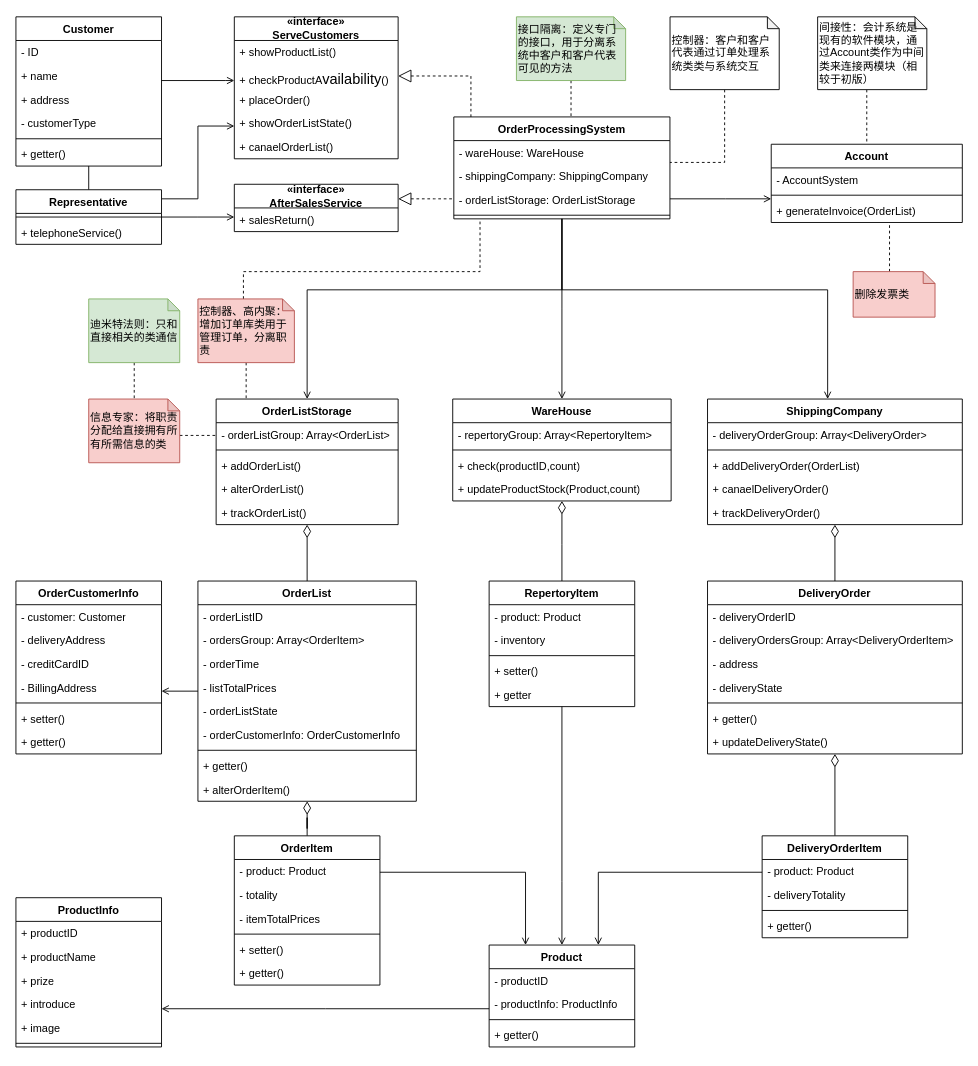
Above: orders_Class_improved_plus.drawio in yayaer123/drawio_demo (draw.io), before the change. Source tidied: cells renumbered, new cells numbered last; positions are measured from the earlier drawing's top-left corner, leaving out a move shared by most shapes. Both pictures are drawn from the tidied source at 91%, with x=0, y=0 at pixel (15, 16).
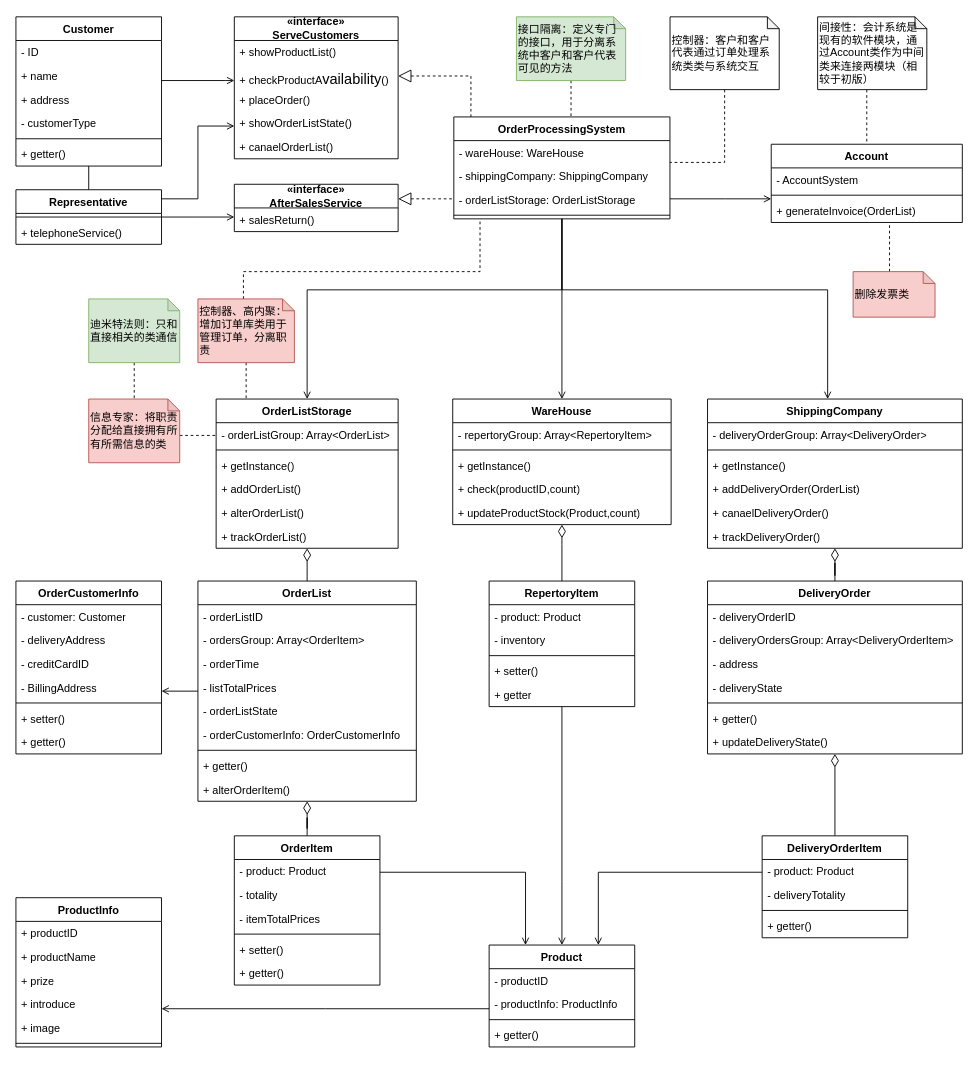
The same page after the edit.

What changed in the source:
```diff
@@
     <mxCell id="58" value="WareHouse" style="swimlane;fontStyle=1;align=center;verticalAlign=top;horizontal=1;startSize=26;whiteSpace=wrap;html=1;" parent="1" vertex="1">
-      <mxGeometry x="480" y="420" width="240" height="112" as="geometry" />
+      <mxGeometry x="480" y="420" width="240" height="138" as="geometry" />
     </mxCell>
@@
+    <mxCell id="137" value="+ getInstance()" style="text;strokeColor=none;fillColor=none;align=left;verticalAlign=top;spacingLeft=4;spacingRight=4;overflow=hidden;whiteSpace=wrap;html=1;" parent="58" vertex="1">
+      <mxGeometry y="60" width="240" height="26" as="geometry" />
+    </mxCell>
     <mxCell id="61" value="+ check(productID,count)" style="text;strokeColor=none;fillColor=none;align=left;verticalAlign=top;spacingLeft=4;spacingRight=4;overflow=hidden;whiteSpace=wrap;html=1;" parent="58" vertex="1">
-      <mxGeometry y="60" width="240" height="26" as="geometry" />
+      <mxGeometry y="86" width="240" height="26" as="geometry" />
     </mxCell>
     <mxCell id="62" value="+ updateProductStock(Product,count)" style="text;strokeColor=none;fillColor=none;align=left;verticalAlign=top;spacingLeft=4;spacingRight=4;overflow=hidden;whiteSpace=wrap;html=1;" parent="58" vertex="1">
-      <mxGeometry y="86" width="240" height="26" as="geometry" />
+      <mxGeometry y="112" width="240" height="26" as="geometry" />
     </mxCell>
@@
     <mxCell id="86" value="ShippingCompany" style="swimlane;fontStyle=1;align=center;verticalAlign=top;horizontal=1;startSize=26;whiteSpace=wrap;html=1;" parent="1" vertex="1">
-      <mxGeometry x="760" y="420" width="280" height="138" as="geometry" />
+      <mxGeometry x="760" y="420" width="280" height="164" as="geometry" />
     </mxCell>
@@
+    <mxCell id="138" value="+ getInstance()" style="text;strokeColor=none;fillColor=none;align=left;verticalAlign=top;spacingLeft=4;spacingRight=4;overflow=hidden;whiteSpace=wrap;html=1;" parent="86" vertex="1">
+      <mxGeometry y="60" width="280" height="26" as="geometry" />
+    </mxCell>
     <mxCell id="89" value="+ addDeliveryOrder(OrderList)" style="text;strokeColor=none;fillColor=none;align=left;verticalAlign=top;spacingLeft=4;spacingRight=4;overflow=hidden;whiteSpace=wrap;html=1;" parent="86" vertex="1">
-      <mxGeometry y="60" width="280" height="26" as="geometry" />
+      <mxGeometry y="86" width="280" height="26" as="geometry" />
     </mxCell>
     <mxCell id="90" value="+ canaelDeliveryOrder()" style="text;strokeColor=none;fillColor=none;align=left;verticalAlign=top;spacingLeft=4;spacingRight=4;overflow=hidden;whiteSpace=wrap;html=1;" parent="86" vertex="1">
-      <mxGeometry y="86" width="280" height="26" as="geometry" />
+      <mxGeometry y="112" width="280" height="26" as="geometry" />
     </mxCell>
     <mxCell id="91" value="+ trackDeliveryOrder()" style="text;strokeColor=none;fillColor=none;align=left;verticalAlign=top;spacingLeft=4;spacingRight=4;overflow=hidden;whiteSpace=wrap;html=1;" parent="86" vertex="1">
-      <mxGeometry y="112" width="280" height="26" as="geometry" />
+      <mxGeometry y="138" width="280" height="26" as="geometry" />
     </mxCell>
@@
     <mxCell id="110" value="OrderListStorage" style="swimlane;fontStyle=1;align=center;verticalAlign=top;horizontal=1;startSize=26;whiteSpace=wrap;html=1;" parent="1" vertex="1">
-      <mxGeometry x="220" y="420" width="200" height="138" as="geometry" />
+      <mxGeometry x="220" y="420" width="200" height="164" as="geometry" />
     </mxCell>
@@
+    <mxCell id="139" value="+ getInstance()" style="text;strokeColor=none;fillColor=none;align=left;verticalAlign=top;spacingLeft=4;spacingRight=4;overflow=hidden;whiteSpace=wrap;html=1;" parent="110" vertex="1">
+      <mxGeometry y="60" width="200" height="26" as="geometry" />
+    </mxCell>
     <mxCell id="113" value="+ addOrderList()" style="text;strokeColor=none;fillColor=none;align=left;verticalAlign=top;spacingLeft=4;spacingRight=4;overflow=hidden;whiteSpace=wrap;html=1;" parent="110" vertex="1">
-      <mxGeometry y="60" width="200" height="26" as="geometry" />
+      <mxGeometry y="86" width="200" height="26" as="geometry" />
     </mxCell>
     <mxCell id="114" value="+ alterOrderList()" style="text;strokeColor=none;fillColor=none;align=left;verticalAlign=top;spacingLeft=4;spacingRight=4;overflow=hidden;whiteSpace=wrap;html=1;" parent="110" vertex="1">
-      <mxGeometry y="86" width="200" height="26" as="geometry" />
+      <mxGeometry y="112" width="200" height="26" as="geometry" />
     </mxCell>
     <mxCell id="115" value="+ trackOrderList()" style="text;strokeColor=none;fillColor=none;align=left;verticalAlign=top;spacingLeft=4;spacingRight=4;overflow=hidden;whiteSpace=wrap;html=1;" parent="110" vertex="1">
-      <mxGeometry y="112" width="200" height="26" as="geometry" />
+      <mxGeometry y="138" width="200" height="26" as="geometry" />
     </mxCell>
```
